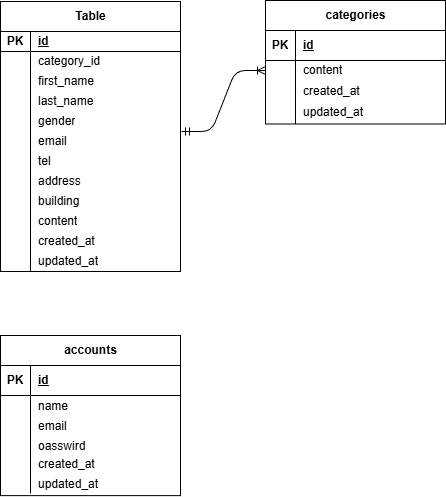
The draw.io diagram src/confirm-test.drawio.png in kiuchi-11/confirm-test, before a commit. Source tidied: cells renumbered, new cells last; positions are measured from the earlier drawing's top-left corner, leaving out a move shared by most shapes.
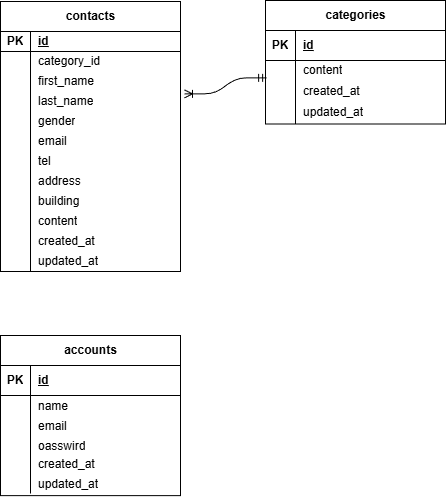
The same diagram one commit later.

Commit message:
ファイルの追加

Change to the diagram source:
```diff
@@ -41,10 +41,8 @@
     <mxCell id="14" value="updated_at" style="shape=partialRectangle;fillColor=none;top=0;left=0;bottom=0;right=0;align=left;spacingLeft=6;overflow=hidden;whiteSpace=wrap;html=1;" parent="12" vertex="1">
       <mxGeometry x="30" width="150" height="22" as="geometry" />
     </mxCell>
-    <mxCell id="15" style="edgeStyle=entityRelationEdgeStyle;fontSize=12;html=1;endArrow=ERoneToMany;startArrow=ERmandOne;entryX=0;entryY=0.5;entryDx=0;entryDy=0;" parent="1" edge="1" target="6">
-      <mxGeometry relative="1" as="geometry">
-        <mxPoint x="181" y="131" as="sourcePoint" />
-      </mxGeometry>
+    <mxCell id="15" style="edgeStyle=entityRelationEdgeStyle;fontSize=12;html=1;endArrow=ERoneToMany;startArrow=ERmandOne;entryX=1.022;entryY=0.117;entryDx=0;entryDy=0;entryPerimeter=0;exitX=0.006;exitY=-0.127;exitDx=0;exitDy=0;exitPerimeter=0;" parent="1" edge="1" source="9" target="27">
+      <mxGeometry relative="1" as="geometry" />
     </mxCell>
     <mxCell id="16" style="endArrow=none;html=1;" parent="1" edge="1">
       <mxGeometry relative="1" as="geometry">
@@ -52,7 +50,7 @@
         <mxPoint x="30" y="455" as="targetPoint" />
       </mxGeometry>
     </mxCell>
-    <mxCell id="17" value="Table" style="shape=table;startSize=30;rowLines=0;fontStyle=1;align=center;html=1;" parent="1" vertex="1">
+    <mxCell id="17" value="contacts" style="shape=table;startSize=30;rowLines=0;fontStyle=1;align=center;html=1;" parent="1" vertex="1">
       <mxGeometry y="1" width="180" height="270" as="geometry" />
     </mxCell>
     <mxCell id="18" style="shape=tableRow;horizontal=0;startSize=0;swimlaneHead=0;swimlaneBody=0;fillColor=none;top=0;left=0;right=0;bottom=1;" parent="17" vertex="1">
```
